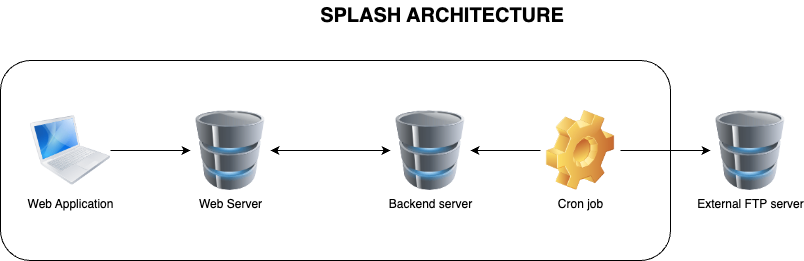
SPLASHDT/splash-dashboard keeps this draw.io diagram as assets/imgs/splash_architecture.png. Above is the earlier version. Source tidied: cells renumbered, new cells last; positions are measured from the earlier drawing's top-left corner, leaving out a move shared by most shapes.
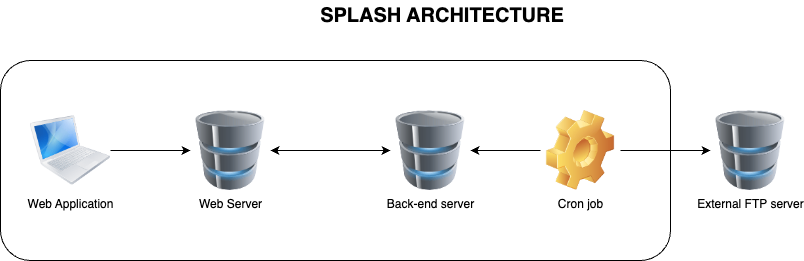
The same diagram one commit later.

Commit message:
docs: update back-end server description and architecture diagram

Change to the diagram source:
```diff
@@ -14,7 +14,7 @@
     <mxCell id="5" value="Web Server" style="image;html=1;image=img/lib/clip_art/computers/Database_128x128.png;" parent="1" vertex="1">
       <mxGeometry x="190" y="110" width="80" height="80" as="geometry" />
     </mxCell>
-    <mxCell id="6" value="Backend server" style="image;html=1;image=img/lib/clip_art/computers/Database_128x128.png;" parent="1" vertex="1">
+    <mxCell id="6" value="Back-end server" style="image;html=1;image=img/lib/clip_art/computers/Database_128x128.png;" parent="1" vertex="1">
       <mxGeometry x="390" y="110" width="80" height="80" as="geometry" />
     </mxCell>
     <mxCell id="7" style="edgeStyle=orthogonalEdgeStyle;rounded=0;jettySize=auto;html=1;" parent="1" edge="1" source="9" target="12">
```
